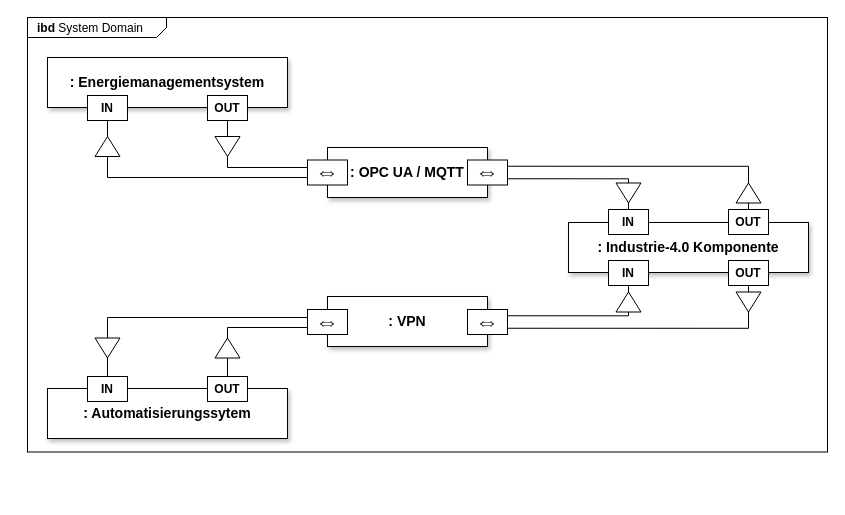
This is Unbenanntes Diagramm.drawio from usr-fritz/test, a draw.io file, before an edit. Source tidied: cells renumbered, new cells numbered last; positions are measured from the earlier drawing's top-left corner, leaving out a move shared by most shapes. Both pictures are drawn from the tidied source at 100%, with x=0, y=0 at pixel (27, 17).
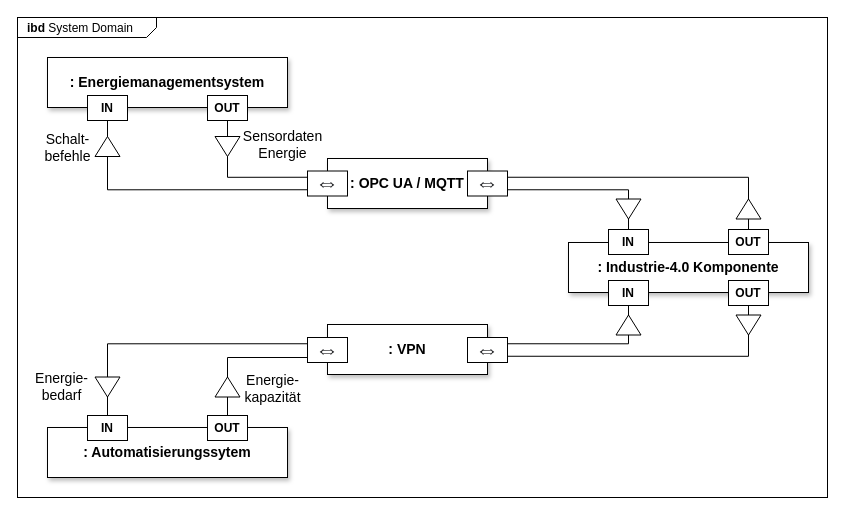
The same page after the edit.

The change refers to these unchanged cells:
```xml
<mxCell id="21" value="&lt;b&gt;IN&lt;/b&gt;" style="rounded=0;whiteSpace=wrap;html=1;shadow=0;" parent="19" vertex="1">
  <mxGeometry x="40" width="40" height="25" as="geometry" />
</mxCell>
<mxCell id="22" value="&lt;b&gt;OUT&lt;/b&gt;" style="rounded=0;whiteSpace=wrap;html=1;" parent="19" vertex="1">
  <mxGeometry x="160" width="40" height="25" as="geometry" />
</mxCell>
<mxCell id="25" value="&lt;b&gt;IN&lt;/b&gt;" style="rounded=0;whiteSpace=wrap;html=1;" parent="23" vertex="1">
  <mxGeometry x="40" y="38" width="40" height="25" as="geometry" />
</mxCell>
<mxCell id="26" value="&lt;b&gt;OUT&lt;/b&gt;" style="rounded=0;whiteSpace=wrap;html=1;" parent="23" vertex="1">
  <mxGeometry x="160" y="38" width="40" height="25" as="geometry" />
</mxCell>
<mxCell id="29" value="&lt;span style=&quot;color: rgb(32, 33, 36); font-family: &amp;quot;Google Sans&amp;quot;, arial, sans-serif; text-align: left; background-color: rgb(255, 255, 255);&quot;&gt;&lt;font size=&quot;1&quot; style=&quot;&quot;&gt;&lt;b style=&quot;font-size: 24px;&quot;&gt;⇔&lt;/b&gt;&lt;/font&gt;&lt;/span&gt;" style="rounded=0;whiteSpace=wrap;html=1;" parent="27" vertex="1">
  <mxGeometry y="12.5" width="40" height="25" as="geometry" />
</mxCell>
<mxCell id="33" value="&lt;span style=&quot;color: rgb(32, 33, 36); font-family: &amp;quot;Google Sans&amp;quot;, arial, sans-serif; text-align: left; background-color: rgb(255, 255, 255);&quot;&gt;&lt;font size=&quot;1&quot; style=&quot;&quot;&gt;&lt;b style=&quot;font-size: 24px;&quot;&gt;⇔&lt;/b&gt;&lt;/font&gt;&lt;/span&gt;" style="rounded=0;whiteSpace=wrap;html=1;" parent="31" vertex="1">
  <mxGeometry y="13" width="40" height="25" as="geometry" />
</mxCell>
```

What changed in the source:
```diff
@@
     <mxCell id="2" value="&lt;p style=&quot;margin: 0px ; margin-top: 4px ; margin-left: 10px ; text-align: left&quot;&gt;&lt;b&gt;ibd&lt;/b&gt;&amp;nbsp;System Domain&lt;/p&gt;" style="html=1;strokeWidth=1;shape=mxgraph.sysml.package;html=1;overflow=fill;whiteSpace=wrap;fillColor=none;gradientColor=none;fontSize=12;align=center;labelX=139.5;shadow=0;" parent="1" vertex="1">
-      <mxGeometry width="800" height="434.5" as="geometry" />
+      <mxGeometry x="-10" width="810" height="480" as="geometry" />
     </mxCell>
     <mxCell id="3" style="edgeStyle=orthogonalEdgeStyle;rounded=0;jettySize=auto;html=1;entryX=0;entryY=0.75;entryDx=0;entryDy=0;endArrow=none;endFill=0;" parent="1" edge="1" source="25" target="29">
       <mxGeometry relative="1" as="geometry">
         <Array as="points">
-          <mxPoint x="80" y="160" />
-          <mxPoint x="280" y="160" />
+          <mxPoint x="80" y="172" />
+          <mxPoint x="280" y="172" />
         </Array>
       </mxGeometry>
     </mxCell>
+    <mxCell id="41" value="Schalt-&lt;br&gt;befehle" style="edgeLabel;html=1;align=center;verticalAlign=middle;fontSize=14;labelBackgroundColor=none;" parent="3" vertex="1">
+      <mxGeometry x="-0.2" y="-1" relative="1" as="geometry">
+        <mxPoint x="-79" y="-44" as="offset" />
+      </mxGeometry>
+    </mxCell>
     <mxCell id="4" style="edgeStyle=orthogonalEdgeStyle;rounded=0;jettySize=auto;html=1;entryX=0;entryY=0.25;entryDx=0;entryDy=0;endArrow=none;endFill=0;" parent="1" edge="1" source="26" target="29">
       <mxGeometry relative="1" as="geometry">
         <Array as="points">
-          <mxPoint x="200" y="150" />
-          <mxPoint x="280" y="150" />
+          <mxPoint x="200" y="160" />
+          <mxPoint x="280" y="160" />
         </Array>
       </mxGeometry>
     </mxCell>
+    <mxCell id="42" value="Sensordaten&lt;br&gt;Energie" style="edgeLabel;html=1;align=center;verticalAlign=middle;fontSize=14;labelBackgroundColor=none;" parent="4" vertex="1">
+      <mxGeometry x="0.19" y="2" relative="1" as="geometry">
+        <mxPoint x="30" y="-31" as="offset" />
+      </mxGeometry>
+    </mxCell>
-    <mxCell id="5" style="edgeStyle=orthogonalEdgeStyle;rounded=0;jettySize=auto;html=1;entryX=0;entryY=0.5;entryDx=0;entryDy=0;elbow=vertical;endArrow=none;endFill=0;" parent="1" edge="1" source="21" target="33">
+    <mxCell id="5" style="edgeStyle=orthogonalEdgeStyle;rounded=0;jettySize=auto;html=1;entryX=0;entryY=0.25;entryDx=0;entryDy=0;elbow=vertical;endArrow=none;endFill=0;" parent="1" edge="1" source="21" target="33">
       <mxGeometry relative="1" as="geometry">
         <Array as="points">
-          <mxPoint x="80" y="300" />
-          <mxPoint x="280" y="300" />
+          <mxPoint x="80" y="326" />
+          <mxPoint x="280" y="326" />
         </Array>
       </mxGeometry>
     </mxCell>
+    <mxCell id="43" value="&lt;font style=&quot;font-size: 14px;&quot;&gt;Energie-&lt;br style=&quot;&quot;&gt;bedarf&lt;/font&gt;" style="edgeLabel;html=1;align=center;verticalAlign=middle;labelBackgroundColor=none;" parent="5" vertex="1">
+      <mxGeometry x="-0.57" y="1" relative="1" as="geometry">
+        <mxPoint x="-46" y="28" as="offset" />
+      </mxGeometry>
+    </mxCell>
-    <mxCell id="6" style="edgeStyle=orthogonalEdgeStyle;rounded=0;jettySize=auto;html=1;exitX=0.5;exitY=0;exitDx=0;exitDy=0;entryX=0;entryY=0.5;entryDx=0;entryDy=0;startArrow=none;startFill=0;endArrow=none;endFill=0;" parent="1" edge="1" source="22" target="33">
+    <mxCell id="6" style="edgeStyle=orthogonalEdgeStyle;rounded=0;jettySize=auto;html=1;exitX=0.5;exitY=0;exitDx=0;exitDy=0;entryX=0;entryY=0.75;entryDx=0;entryDy=0;startArrow=none;startFill=0;endArrow=none;endFill=0;" parent="1" edge="1" source="22" target="33">
       <mxGeometry relative="1" as="geometry">
         <Array as="points">
-          <mxPoint x="200" y="310" />
-          <mxPoint x="280" y="310" />
+          <mxPoint x="200" y="340" />
+          <mxPoint x="280" y="340" />
         </Array>
       </mxGeometry>
     </mxCell>
+    <mxCell id="44" value="Energie-&lt;br&gt;kapazität" style="edgeLabel;html=1;align=center;verticalAlign=middle;fontSize=14;labelBackgroundColor=none;" parent="6" vertex="1">
+      <mxGeometry x="0.16" y="1" relative="1" as="geometry">
+        <mxPoint x="21" y="31" as="offset" />
+      </mxGeometry>
+    </mxCell>
@@
     <mxCell id="11" style="triangle;whiteSpace=wrap;html=1;rotation=90;" parent="1" vertex="1">
-      <mxGeometry x="70" y="318" width="20" height="25" as="geometry" />
+      <mxGeometry x="70" y="357" width="20" height="25" as="geometry" />
     </mxCell>
     <mxCell id="12" style="triangle;whiteSpace=wrap;html=1;rotation=-90;" parent="1" vertex="1">
-      <mxGeometry x="190" y="318" width="20" height="25" as="geometry" />
+      <mxGeometry x="190" y="357" width="20" height="25" as="geometry" />
     </mxCell>
@@
     <mxCell id="15" style="triangle;whiteSpace=wrap;html=1;rotation=90;" parent="1" vertex="1">
-      <mxGeometry x="711" y="272" width="20" height="25" as="geometry" />
+      <mxGeometry x="711" y="295" width="20" height="25" as="geometry" />
     </mxCell>
     <mxCell id="16" style="triangle;whiteSpace=wrap;html=1;rotation=-90;" parent="1" vertex="1">
-      <mxGeometry x="591" y="272" width="20" height="25" as="geometry" />
+      <mxGeometry x="591" y="295" width="20" height="25" as="geometry" />
     </mxCell>
     <mxCell id="17" style="triangle;whiteSpace=wrap;html=1;rotation=90;" parent="1" vertex="1">
-      <mxGeometry x="591" y="163" width="20" height="25" as="geometry" />
+      <mxGeometry x="591" y="179" width="20" height="25" as="geometry" />
     </mxCell>
     <mxCell id="18" style="triangle;whiteSpace=wrap;html=1;rotation=-90;" parent="1" vertex="1">
-      <mxGeometry x="711" y="163" width="20" height="25" as="geometry" />
+      <mxGeometry x="711" y="179" width="20" height="25" as="geometry" />
     </mxCell>
     <mxCell id="19" style="group;" parent="1" vertex="1">
-      <mxGeometry x="20" y="359" width="240" height="62" as="geometry" />
+      <mxGeometry x="20" y="398" width="240" height="62" as="geometry" />
     </mxCell>
@@
     <mxCell id="27" style="group;" parent="1" vertex="1">
-      <mxGeometry x="280" y="130" width="200" height="50" as="geometry" />
+      <mxGeometry x="280" y="141" width="200" height="50" as="geometry" />
     </mxCell>
@@
     <mxCell id="31" style="group;" parent="1" vertex="1">
-      <mxGeometry x="280" y="279" width="200" height="50" as="geometry" />
+      <mxGeometry x="280" y="307" width="200" height="50" as="geometry" />
     </mxCell>
@@
     <mxCell id="35" style="group;shadow=1;" parent="1" vertex="1">
-      <mxGeometry x="541" y="192" width="240" height="76" as="geometry" />
+      <mxGeometry x="541" y="212" width="240" height="76" as="geometry" />
     </mxCell>
```
